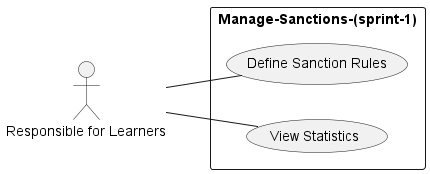
Before: out/Functional Branch/Use Case/Use-Case-Sprint1/Use-Case-Sprint1.png, a diagram exported from PlantUML (Tribak-Ayoub/Project-fil-rouge).
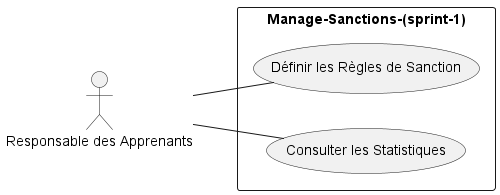
The same diagram one commit later.

Change to the diagram source:
```diff
@@ -1,10 +1,10 @@
 @startuml
 left to right direction
-actor "Responsible for Learners" as Admin
+actor "Responsable des Apprenants" as Admin
 
 rectangle Manage-Sanctions-(sprint-1) {
-  usecase "Define Sanction Rules" as UC1
- usecase "View Statistics" as UC8
+  usecase "Définir les Règles de Sanction" as UC1
+ usecase "Consulter les Statistiques" as UC8
 }
 
 Admin -- UC1
```
